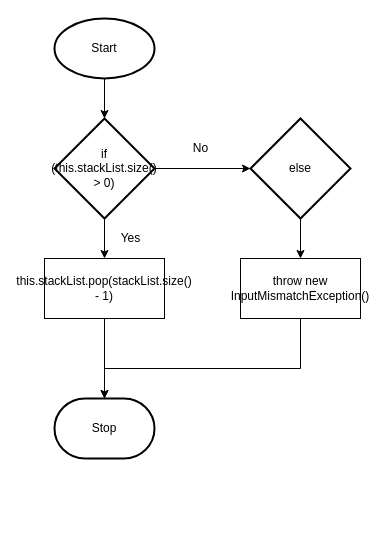
The draw.io diagram design/peek.drawio in michael-clermont1/ics4u-unit2-03-typescript, before the edit. Source tidied: cells renumbered, new cells numbered last; positions are measured from the earlier drawing's top-left corner, leaving out a move shared by most shapes. Both pictures are drawn from the tidied source at 100%, with x=0, y=0 at pixel (44, 18).
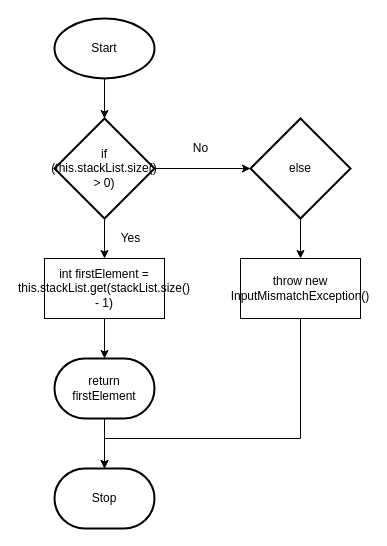
The same page after the edit.

Change to the diagram source:
```diff
@@
 <mxGraphModel>
   <root>
     <mxCell id="0" />
     <mxCell id="1" parent="0" />
     <mxCell id="2" style="edgeStyle=orthogonalEdgeStyle;rounded=0;html=1;entryX=0.5;entryY=0;entryDx=0;entryDy=0;entryPerimeter=0;" parent="1" edge="1" source="3" target="10">
       <mxGeometry relative="1" as="geometry" />
     </mxCell>
     <mxCell id="3" value="Start" style="strokeWidth=2;html=1;shape=mxgraph.flowchart.start_1;whiteSpace=wrap;" parent="1" vertex="1">
       <mxGeometry x="10" width="100" height="60" as="geometry" />
     </mxCell>
-    <mxCell id="4" style="edgeStyle=orthogonalEdgeStyle;rounded=0;html=1;entryX=0.5;entryY=0;entryDx=0;entryDy=0;entryPerimeter=0;" parent="1" edge="1" source="5" target="13">
-      <mxGeometry relative="1" as="geometry" />
-    </mxCell>
+    <mxCell id="16" style="edgeStyle=none;html=1;entryX=0.5;entryY=0;entryDx=0;entryDy=0;entryPerimeter=0;" parent="1" edge="1" source="5" target="18">
+      <mxGeometry relative="1" as="geometry" />
+    </mxCell>
-    <mxCell id="5" value="this.stackList.pop(stackList.size() - 1)" style="rounded=0;whiteSpace=wrap;html=1;" parent="1" vertex="1">
+    <mxCell id="5" value="int firstElement = this.stackList.get(stackList.size() - 1)" style="rounded=0;whiteSpace=wrap;html=1;" parent="1" vertex="1">
       <mxGeometry y="240" width="120" height="60" as="geometry" />
     </mxCell>
     <mxCell id="6" style="edgeStyle=orthogonalEdgeStyle;rounded=0;html=1;entryX=0.5;entryY=0;entryDx=0;entryDy=0;" parent="1" edge="1" source="7" target="12">
       <mxGeometry relative="1" as="geometry" />
     </mxCell>
     <mxCell id="7" value="else" style="strokeWidth=2;html=1;shape=mxgraph.flowchart.decision;whiteSpace=wrap;" parent="1" vertex="1">
       <mxGeometry x="206" y="100" width="100" height="100" as="geometry" />
     </mxCell>
     <mxCell id="8" style="edgeStyle=orthogonalEdgeStyle;rounded=0;html=1;entryX=0.5;entryY=0;entryDx=0;entryDy=0;" parent="1" edge="1" source="10" target="5">
       <mxGeometry relative="1" as="geometry" />
     </mxCell>
     <mxCell id="9" style="edgeStyle=orthogonalEdgeStyle;rounded=0;html=1;entryX=0;entryY=0.5;entryDx=0;entryDy=0;entryPerimeter=0;" parent="1" edge="1" source="10" target="7">
       <mxGeometry relative="1" as="geometry" />
     </mxCell>
     <mxCell id="10" value="&lt;span&gt;if (this.stackList.size() &amp;gt; 0)&lt;/span&gt;" style="strokeWidth=2;html=1;shape=mxgraph.flowchart.decision;whiteSpace=wrap;" parent="1" vertex="1">
       <mxGeometry x="10" y="100" width="100" height="100" as="geometry" />
     </mxCell>
-    <mxCell id="11" style="edgeStyle=orthogonalEdgeStyle;rounded=0;html=1;entryX=0.5;entryY=0;entryDx=0;entryDy=0;entryPerimeter=0;" parent="1" edge="1" source="12" target="13">
+    <mxCell id="11" style="edgeStyle=orthogonalEdgeStyle;html=1;entryX=0.5;entryY=0;entryDx=0;entryDy=0;entryPerimeter=0;rounded=0;" parent="1" edge="1" source="12" target="13">
       <mxGeometry relative="1" as="geometry">
         <Array as="points">
-          <mxPoint x="256" y="350" />
-          <mxPoint x="60" y="350" />
+          <mxPoint x="256" y="420" />
+          <mxPoint x="60" y="420" />
         </Array>
       </mxGeometry>
     </mxCell>
     <mxCell id="12" value="throw new InputMismatchException()" style="rounded=0;whiteSpace=wrap;html=1;" parent="1" vertex="1">
       <mxGeometry x="196" y="240" width="120" height="60" as="geometry" />
     </mxCell>
     <mxCell id="13" value="Stop" style="strokeWidth=2;html=1;shape=mxgraph.flowchart.terminator;whiteSpace=wrap;" parent="1" vertex="1">
-      <mxGeometry x="10" y="380" width="100" height="60" as="geometry" />
+      <mxGeometry x="10" y="450" width="100" height="60" as="geometry" />
     </mxCell>
     <mxCell id="14" value="Yes" style="text;html=1;align=center;verticalAlign=middle;strokeColor=none;fillColor=none;" parent="1" vertex="1">
       <mxGeometry x="66" y="210" width="40" height="20" as="geometry" />
     </mxCell>
     <mxCell id="15" value="No" style="text;html=1;align=center;verticalAlign=middle;strokeColor=none;fillColor=none;" parent="1" vertex="1">
       <mxGeometry x="141" y="120" width="30" height="20" as="geometry" />
     </mxCell>
+    <mxCell id="17" style="edgeStyle=none;html=1;" parent="1" edge="1" source="18" target="13">
+      <mxGeometry relative="1" as="geometry" />
+    </mxCell>
+    <mxCell id="18" value="return firstElement" style="strokeWidth=2;html=1;shape=mxgraph.flowchart.terminator;whiteSpace=wrap;" parent="1" vertex="1">
+      <mxGeometry x="10" y="340" width="100" height="60" as="geometry" />
+    </mxCell>
   </root>
 </mxGraphModel>
```
